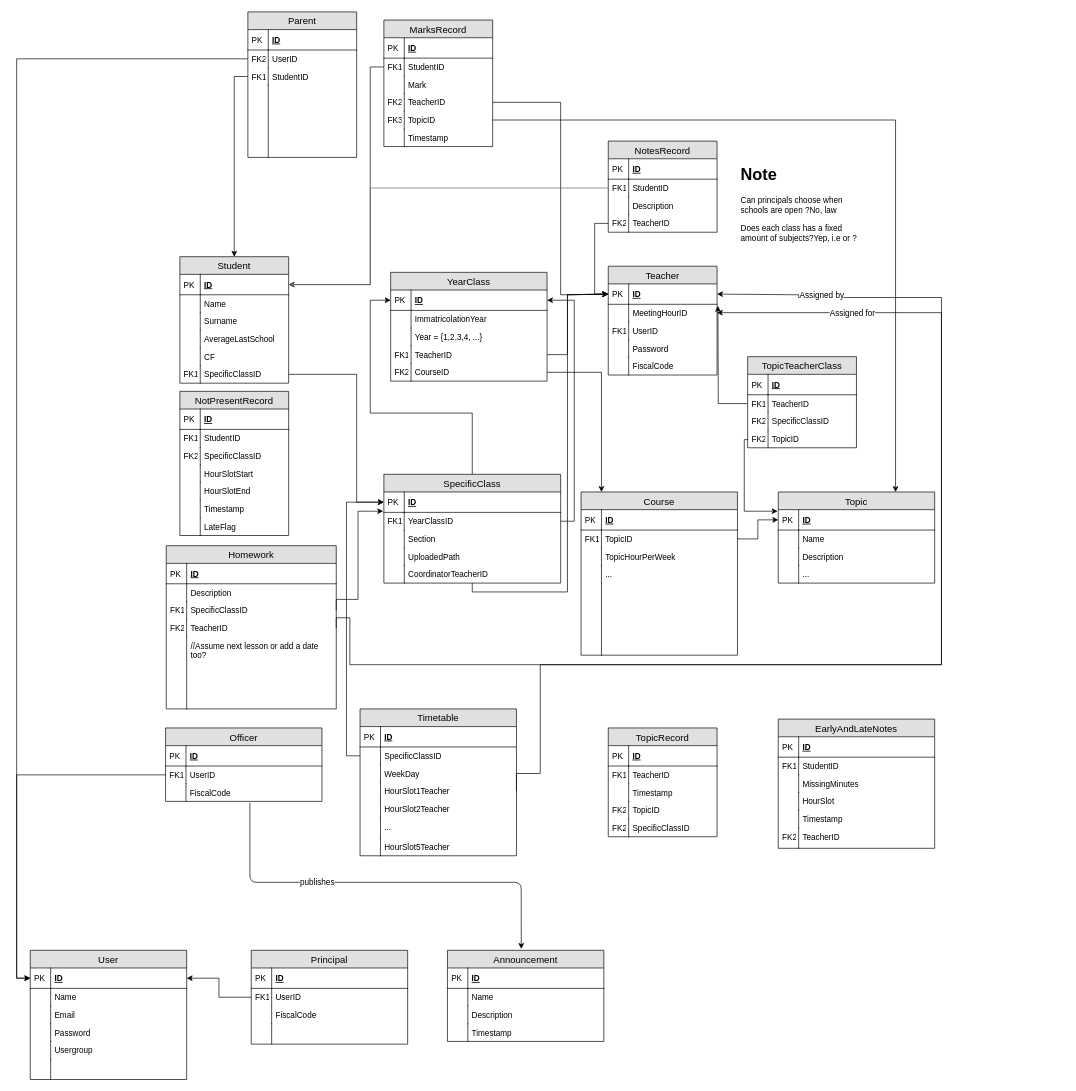
Earlier version of the draw.io diagram Schema.drawio (sordinho/Group-J---Digital-Student-Record). Source tidied: cells renumbered, new cells numbered last; positions are measured from the earlier drawing's top-left corner, leaving out a move shared by most shapes. Both pictures are drawn from the tidied source at 68%, with x=0, y=0 at pixel (30, 12).
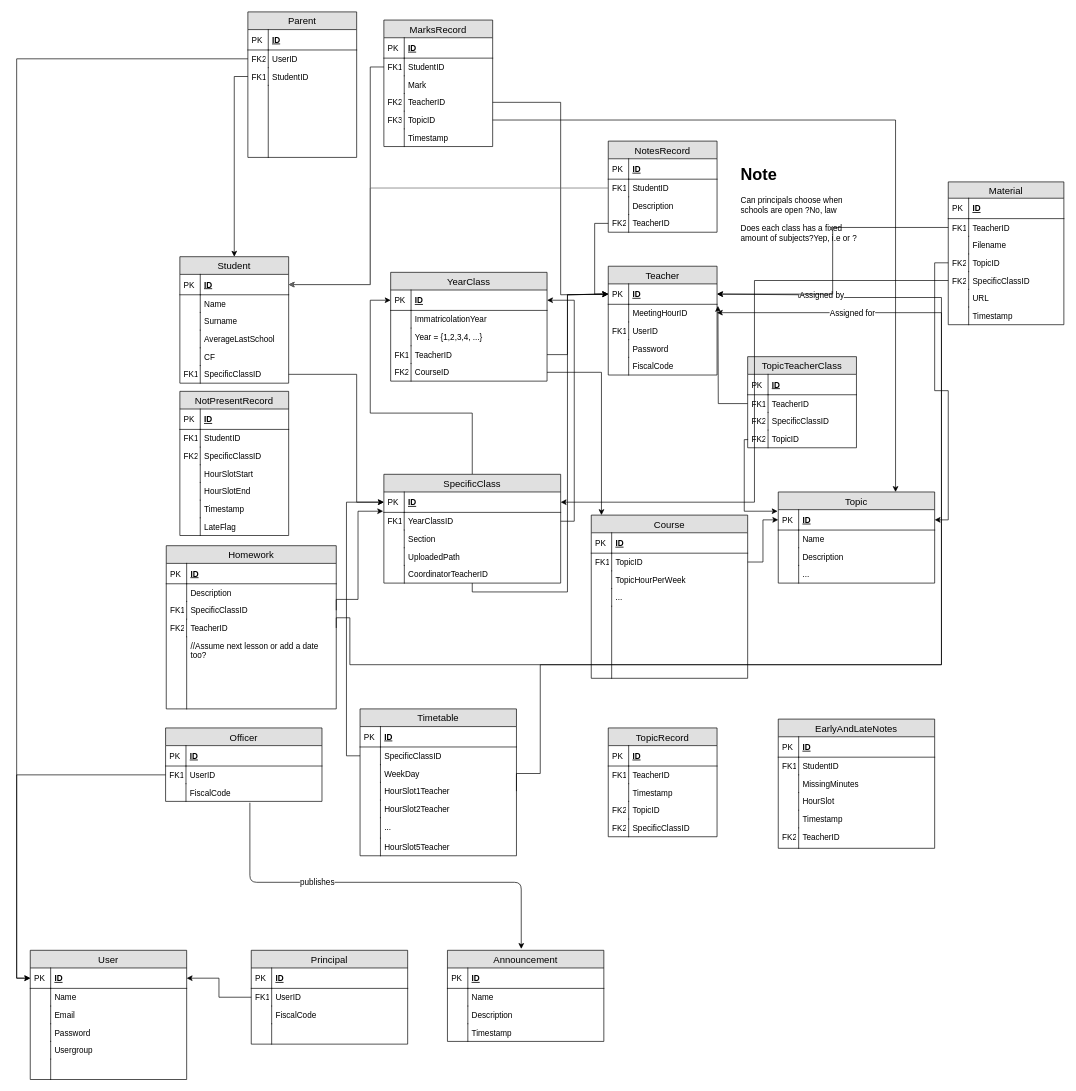
The same page after the edit.

Commit message (it also covers changes not shown here):
Support material story started

Unchanged cells that the change refers to:
```xml
<mxCell id="16" value="ID" style="shape=partialRectangle;top=0;left=0;right=0;bottom=1;align=left;verticalAlign=middle;fillColor=none;spacingLeft=34;spacingRight=4;overflow=hidden;points=[[0,0.5],[1,0.5]];portConstraint=eastwest;fontStyle=5;fontSize=12;" parent="15" vertex="1">
  <mxGeometry y="26" width="160" height="30" as="geometry" />
</mxCell>
<mxCell id="39" value="ID" style="shape=partialRectangle;top=0;left=0;right=0;bottom=1;align=left;verticalAlign=middle;fillColor=none;spacingLeft=34;spacingRight=4;overflow=hidden;points=[[0,0.5],[1,0.5]];portConstraint=eastwest;fontStyle=5;fontSize=12;" parent="38" vertex="1">
  <mxGeometry y="26" width="260" height="30" as="geometry" />
</mxCell>
<mxCell id="155" value="ID" style="shape=partialRectangle;top=0;left=0;right=0;bottom=1;align=left;verticalAlign=middle;fillColor=none;spacingLeft=34;spacingRight=4;overflow=hidden;points=[[0,0.5],[1,0.5]];portConstraint=eastwest;fontStyle=5;fontSize=12;" parent="154" vertex="1">
  <mxGeometry y="26" width="230" height="30" as="geometry" />
</mxCell>
```

Diff of the diagram source:
```diff
@@
     <mxCell id="58" value="Course" style="swimlane;fontStyle=0;horizontal=1;startSize=26;fillColor=#e0e0e0;swimlaneFillColor=#ffffff;align=center;fontSize=14;" parent="1" vertex="1">
-      <mxGeometry x="810" y="706" width="230" height="240" as="geometry" />
+      <mxGeometry x="825" y="740" width="230" height="240" as="geometry" />
     </mxCell>
@@
+    <mxCell id="238" value="Material" style="swimlane;fontStyle=0;horizontal=1;startSize=24;fillColor=#e0e0e0;swimlaneFillColor=#ffffff;align=center;fontSize=14;" parent="1" vertex="1">
+      <mxGeometry x="1350" y="250" width="170" height="210" as="geometry" />
+    </mxCell>
+    <mxCell id="239" value="ID" style="shape=partialRectangle;top=0;left=0;right=0;bottom=1;align=left;verticalAlign=middle;fillColor=none;spacingLeft=34;spacingRight=4;overflow=hidden;fontStyle=5;fontSize=12;" parent="238" vertex="1">
+      <mxGeometry y="24" width="170" height="30" as="geometry" />
+    </mxCell>
+    <mxCell id="240" value="PK" style="shape=partialRectangle;top=0;left=0;bottom=0;fillColor=none;align=left;verticalAlign=middle;spacingLeft=4;spacingRight=4;overflow=hidden;fontSize=12;" parent="239" vertex="1">
+      <mxGeometry width="30" height="30" as="geometry" />
+    </mxCell>
+    <mxCell id="241" value="TeacherID" style="shape=partialRectangle;top=0;left=0;right=0;bottom=0;align=left;verticalAlign=top;fillColor=none;spacingLeft=34;spacingRight=4;overflow=hidden;points=[[0,0.5],[1,0.5]];portConstraint=eastwest;fontSize=12;" parent="238" vertex="1">
+      <mxGeometry y="54" width="170" height="26" as="geometry" />
+    </mxCell>
+    <mxCell id="242" value="FK1" style="shape=partialRectangle;top=0;left=0;bottom=0;fillColor=none;align=left;verticalAlign=top;spacingLeft=4;spacingRight=4;overflow=hidden;fontSize=12;" parent="241" vertex="1">
+      <mxGeometry width="30" height="26" as="geometry" />
+    </mxCell>
+    <mxCell id="243" value="Filename" style="shape=partialRectangle;top=0;left=0;right=0;bottom=0;align=left;verticalAlign=top;fillColor=none;spacingLeft=34;spacingRight=4;overflow=hidden;fontSize=12;" parent="238" vertex="1">
+      <mxGeometry y="80" width="170" height="26" as="geometry" />
+    </mxCell>
+    <mxCell id="244" style="shape=partialRectangle;top=0;left=0;bottom=0;fillColor=none;align=left;verticalAlign=top;spacingLeft=4;spacingRight=4;overflow=hidden;fontSize=12;" parent="243" vertex="1">
+      <mxGeometry width="30" height="26" as="geometry" />
+    </mxCell>
+    <mxCell id="245" value="TopicID" style="shape=partialRectangle;top=0;left=0;right=0;bottom=0;align=left;verticalAlign=top;fillColor=none;spacingLeft=34;spacingRight=4;overflow=hidden;points=[[0,0.5],[1,0.5]];portConstraint=eastwest;fontSize=12;" parent="238" vertex="1">
+      <mxGeometry y="106" width="170" height="26" as="geometry" />
+    </mxCell>
+    <mxCell id="246" value="FK2" style="shape=partialRectangle;top=0;left=0;bottom=0;fillColor=none;align=left;verticalAlign=top;spacingLeft=4;spacingRight=4;overflow=hidden;fontSize=12;" parent="245" vertex="1">
+      <mxGeometry width="30" height="26" as="geometry" />
+    </mxCell>
+    <mxCell id="247" value="SpecificClassID" style="shape=partialRectangle;top=0;left=0;right=0;bottom=0;align=left;verticalAlign=top;fillColor=none;spacingLeft=34;spacingRight=4;overflow=hidden;points=[[0,0.5],[1,0.5]];portConstraint=eastwest;fontSize=12;" parent="238" vertex="1">
+      <mxGeometry y="132" width="170" height="26" as="geometry" />
+    </mxCell>
+    <mxCell id="248" value="FK2" style="shape=partialRectangle;top=0;left=0;bottom=0;fillColor=none;align=left;verticalAlign=top;spacingLeft=4;spacingRight=4;overflow=hidden;fontSize=12;" parent="247" vertex="1">
+      <mxGeometry width="30" height="26" as="geometry" />
+    </mxCell>
+    <mxCell id="249" value="URL" style="shape=partialRectangle;top=0;left=0;right=0;bottom=0;align=left;verticalAlign=top;fillColor=none;spacingLeft=34;spacingRight=4;overflow=hidden;fontSize=12;" parent="238" vertex="1">
+      <mxGeometry y="158" width="170" height="26" as="geometry" />
+    </mxCell>
+    <mxCell id="250" style="shape=partialRectangle;top=0;left=0;bottom=0;fillColor=none;align=left;verticalAlign=top;spacingLeft=4;spacingRight=4;overflow=hidden;fontSize=12;" parent="249" vertex="1">
+      <mxGeometry width="30" height="26" as="geometry" />
+    </mxCell>
+    <mxCell id="251" value="Timestamp" style="shape=partialRectangle;top=0;left=0;right=0;bottom=0;align=left;verticalAlign=top;fillColor=none;spacingLeft=34;spacingRight=4;overflow=hidden;fontSize=12;" parent="238" vertex="1">
+      <mxGeometry y="184" width="170" height="26" as="geometry" />
+    </mxCell>
+    <mxCell id="252" style="shape=partialRectangle;top=0;left=0;bottom=0;fillColor=none;align=left;verticalAlign=top;spacingLeft=4;spacingRight=4;overflow=hidden;fontSize=12;" parent="251" vertex="1">
+      <mxGeometry width="30" height="26" as="geometry" />
+    </mxCell>
+    <mxCell id="253" style="edgeStyle=orthogonalEdgeStyle;rounded=0;jettySize=auto;html=1;exitX=0;exitY=0.5;exitDx=0;exitDy=0;entryX=1;entryY=0.5;entryDx=0;entryDy=0;" parent="1" edge="1" source="241" target="16">
+      <mxGeometry relative="1" as="geometry" />
+    </mxCell>
+    <mxCell id="254" style="edgeStyle=orthogonalEdgeStyle;rounded=0;jettySize=auto;html=1;exitX=0;exitY=0.5;exitDx=0;exitDy=0;entryX=1;entryY=0.5;entryDx=0;entryDy=0;" parent="1" edge="1" source="245" target="155">
+      <mxGeometry relative="1" as="geometry" />
+    </mxCell>
+    <mxCell id="255" style="edgeStyle=orthogonalEdgeStyle;rounded=0;jettySize=auto;html=1;exitX=0;exitY=0.5;exitDx=0;exitDy=0;entryX=1;entryY=0.5;entryDx=0;entryDy=0;" parent="1" edge="1" source="247" target="39">
+      <mxGeometry relative="1" as="geometry" />
+    </mxCell>
```
